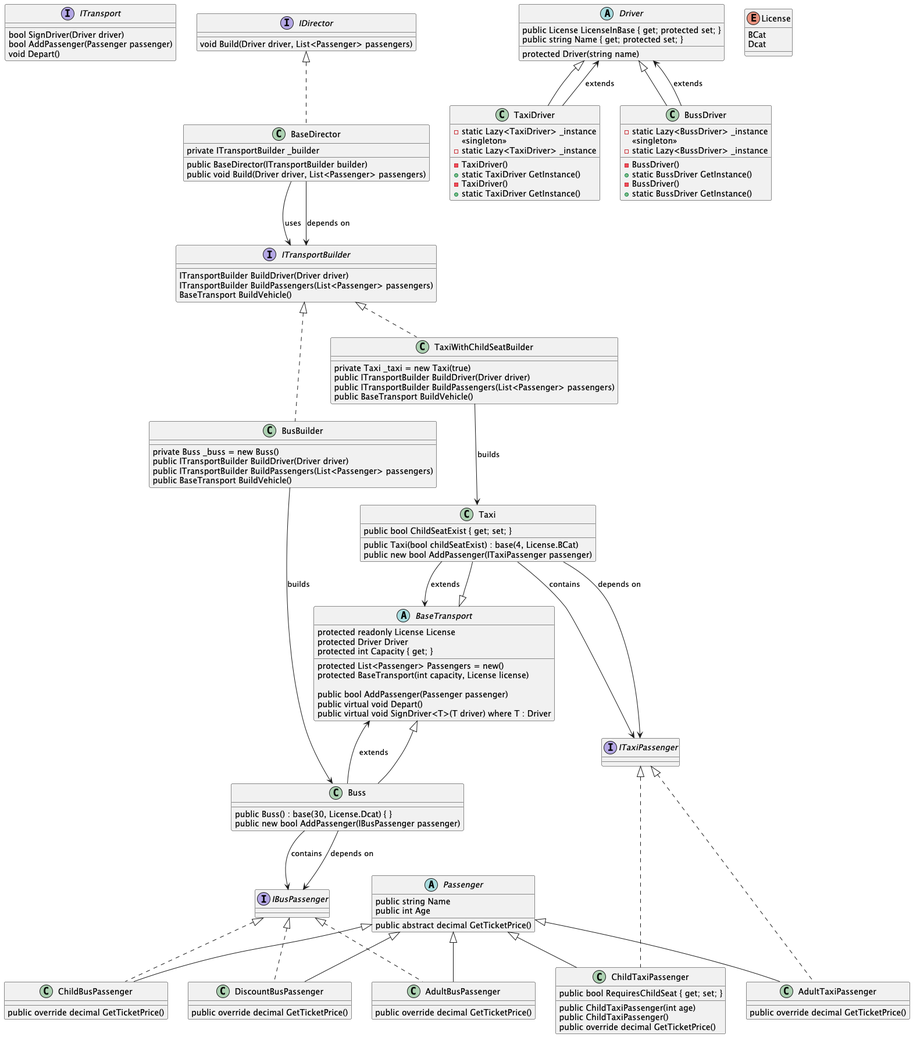
Earlier version of the PlantUML export Second_Lab/SecondLabUml.png (Gandoler/PatternsLab). Source of this version:
```plantuml
@startuml
interface ITransport {
    bool SignDriver(Driver driver)
    bool AddPassenger(Passenger passenger)
    void Depart()
}

class Taxi extends BaseTransport {
    public bool ChildSeatExist { get; set; }
    public Taxi(bool childSeatExist) : base(4, License.BCat)
    public new bool AddPassenger(ITaxiPassenger passenger)
}

class Buss extends BaseTransport {
    public Buss() : base(30, License.Dcat) { }
    public new bool AddPassenger(IBusPassenger passenger)
}

abstract class BaseTransport {
    protected readonly License License
    protected Driver Driver
    protected List<Passenger> Passengers = new()
    protected int Capacity { get; }

    protected BaseTransport(int capacity, License license)

    public bool AddPassenger(Passenger passenger)
    public virtual void Depart()
    public virtual void SignDriver<T>(T driver) where T : Driver
}

abstract class Passenger {
    public string Name
    public int Age
    public abstract decimal GetTicketPrice()
}

interface ITaxiPassenger {}

class ChildTaxiPassenger extends Passenger implements ITaxiPassenger {
    public bool RequiresChildSeat { get; set; }

    public ChildTaxiPassenger(int age)
    public ChildTaxiPassenger()
    public override decimal GetTicketPrice()
}

class AdultTaxiPassenger extends Passenger implements ITaxiPassenger {
    public override decimal GetTicketPrice()
}

interface IBusPassenger {}

class DiscountBusPassenger extends Passenger implements IBusPassenger {
    public override decimal GetTicketPrice()
}

class ChildBusPassenger extends Passenger implements IBusPassenger {
    public override decimal GetTicketPrice()
}

class AdultBusPassenger extends Passenger implements IBusPassenger {
    public override decimal GetTicketPrice()
}

abstract class Driver {
    public License LicenseInBase { get; protected set; }
    public string Name { get; protected set; }
    protected Driver(string name)
}

enum License {
    BCat
    Dcat
}

class TaxiDriver extends Driver {
    -static Lazy<TaxiDriver> _instance
    -TaxiDriver()
    +static TaxiDriver GetInstance()
}
TaxiDriver : <<singleton>>
TaxiDriver : -static Lazy<TaxiDriver> _instance
TaxiDriver : -TaxiDriver()
TaxiDriver : +static TaxiDriver GetInstance()

class BussDriver extends Driver {
    -static Lazy<BussDriver> _instance
    -BussDriver()
    +static BussDriver GetInstance()
}
BussDriver : <<singleton>>
BussDriver : -static Lazy<BussDriver> _instance
BussDriver : -BussDriver()
BussDriver : +static BussDriver GetInstance()

interface IDirector {
    void Build(Driver driver, List<Passenger> passengers)
}

class BaseDirector implements IDirector {
    private ITransportBuilder _builder
    public BaseDirector(ITransportBuilder builder)
    public void Build(Driver driver, List<Passenger> passengers)
}

interface ITransportBuilder {
    ITransportBuilder BuildDriver(Driver driver)
    ITransportBuilder BuildPassengers(List<Passenger> passengers)
    BaseTransport BuildVehicle()
}

class BusBuilder implements ITransportBuilder {
    private Buss _buss = new Buss()
    public ITransportBuilder BuildDriver(Driver driver)
    public ITransportBuilder BuildPassengers(List<Passenger> passengers)
    public BaseTransport BuildVehicle()
}

class TaxiWithChildSeatBuilder implements ITransportBuilder {
    private Taxi _taxi = new Taxi(true)
    public ITransportBuilder BuildDriver(Driver driver)
    public ITransportBuilder BuildPassengers(List<Passenger> passengers)
    public BaseTransport BuildVehicle()
}


Taxi --> ITaxiPassenger : contains
Buss --> IBusPassenger : contains

TaxiDriver --> Driver : extends
BussDriver --> Driver : extends
Taxi --> BaseTransport : extends
Buss --> BaseTransport : extends

Taxi --> ITaxiPassenger : depends on
Buss --> IBusPassenger : depends on

BaseDirector --> ITransportBuilder : uses
BusBuilder --> Buss : builds
TaxiWithChildSeatBuilder --> Taxi : builds
BaseDirector --> ITransportBuilder : depends on

@enduml
```
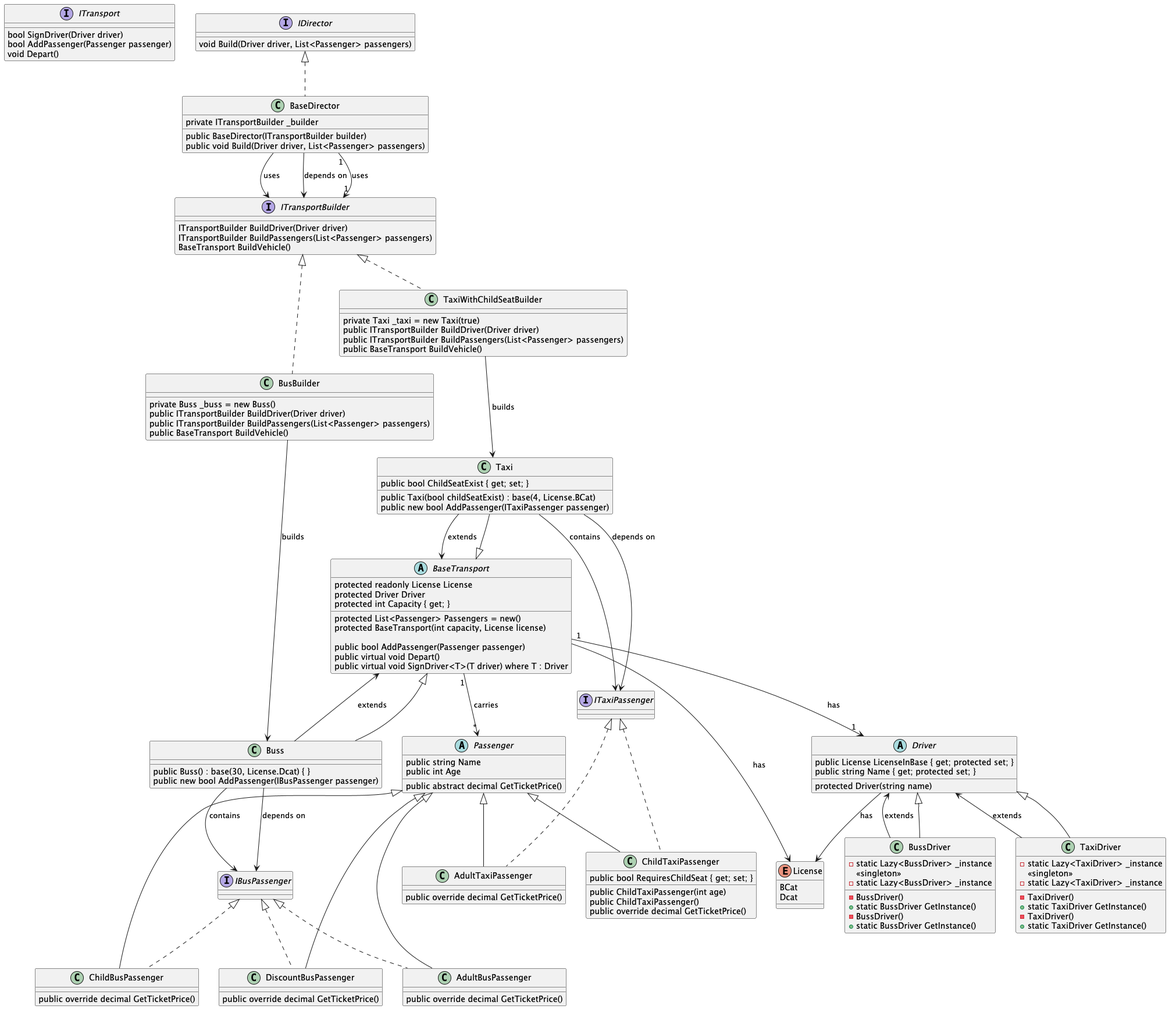
Above is the later version.

What changed in the source:
```diff
@@ -141,4 +141,9 @@
 TaxiWithChildSeatBuilder --> Taxi : builds
 BaseDirector --> ITransportBuilder : depends on
 
+BaseTransport "1" --> "1" Driver : has
+BaseTransport "1" --> "*" Passenger : carries
+BaseDirector "1" --> "1" ITransportBuilder : uses
+Driver --> License : has
+BaseTransport --> License : has
 @enduml
```
